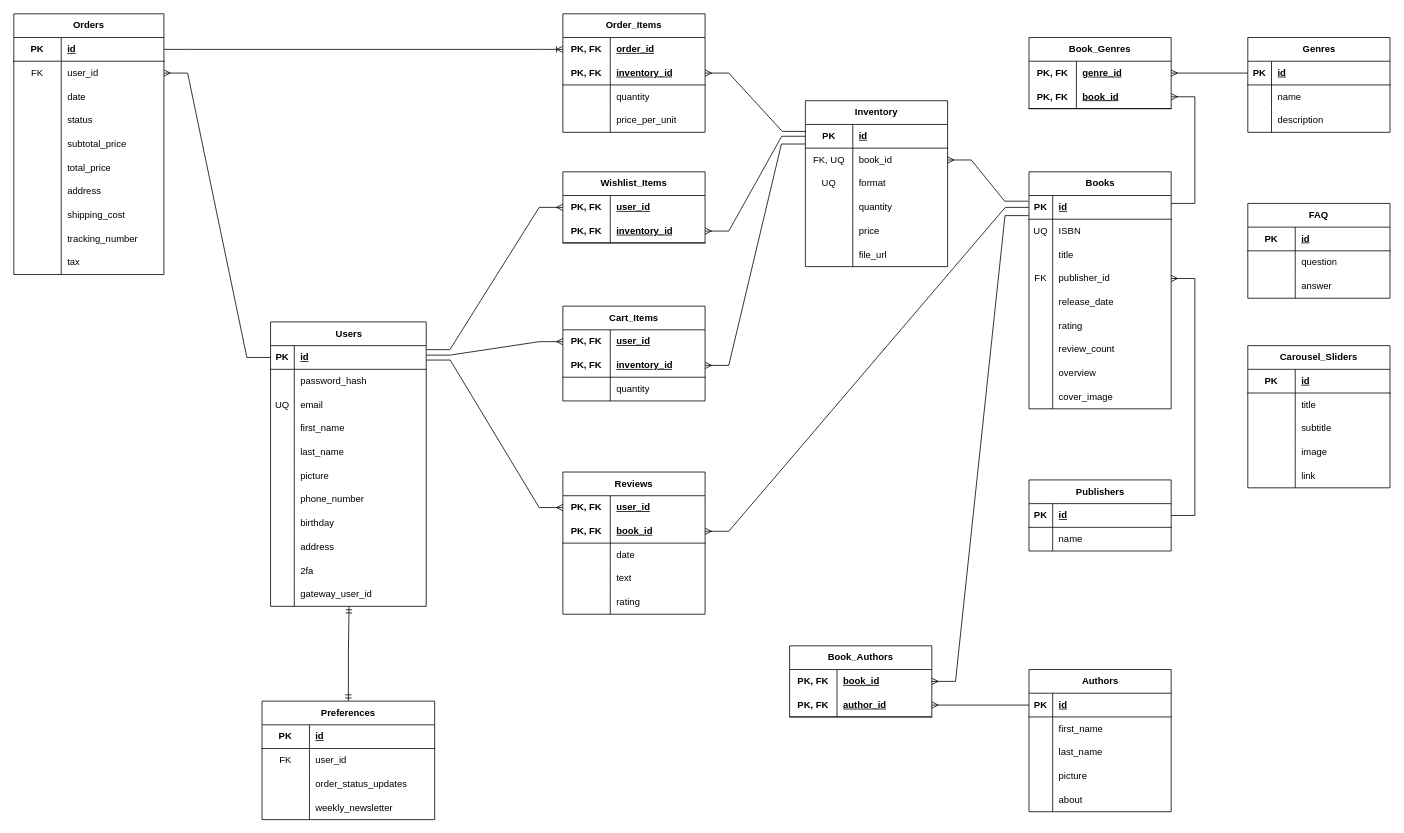
This is ERD.drawio from ShayTam/Bookstore, a draw.io file, before an edit. Source tidied: cells renumbered, new cells numbered last; positions are measured from the earlier drawing's top-left corner, leaving out a move shared by most shapes. Both pictures are drawn from the tidied source at 79%, with x=0, y=0 at pixel (13, 13).
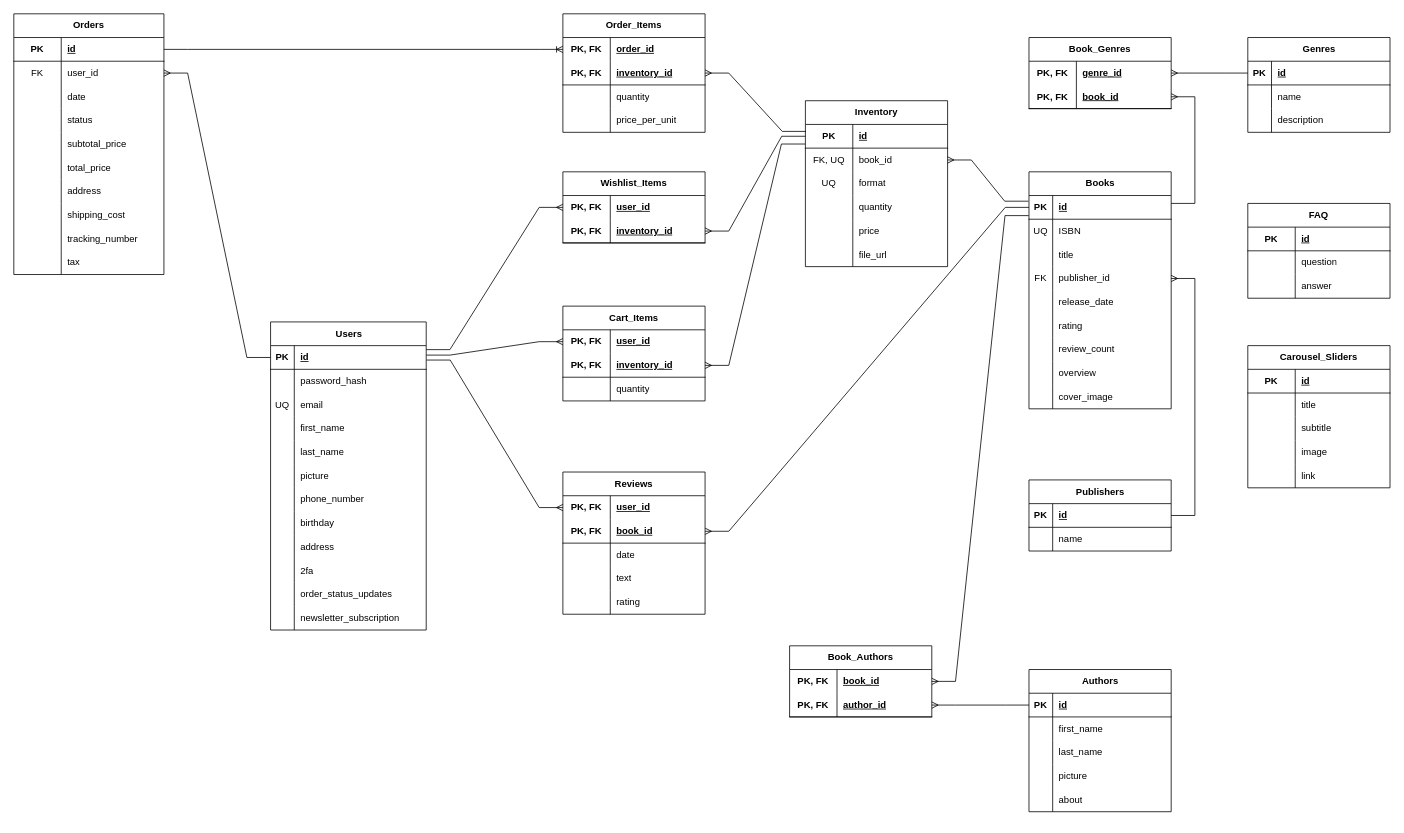
The same diagram, later.

Commit message:
Deleted Preferences table

The change refers to these unchanged cells:
```xml
<mxCell id="33" style="shape=tableRow;horizontal=0;startSize=0;swimlaneHead=0;swimlaneBody=0;fillColor=none;points=[[0,0.5],[1,0.5]];portConstraint=eastwest;top=0;left=0;right=0;bottom=0;" parent="2" vertex="1">
  <mxGeometry y="330" width="197" height="30" as="geometry" />
</mxCell>
```

Change to the diagram source:
```diff
@@
     <mxCell id="2" value="Users" style="shape=table;startSize=30;childLayout=tableLayout;rowLines=0;fontStyle=1;align=center;html=1;" parent="1" vertex="1">
-      <mxGeometry x="325" y="390" width="197" height="360" as="geometry" />
+      <mxGeometry x="325" y="390" width="197" height="390" as="geometry" />
     </mxCell>
@@
-    <mxCell id="34" style="shape=partialRectangle;fillColor=none;top=0;left=0;bottom=0;right=0;overflow=hidden;whiteSpace=wrap;html=1;" parent="33" vertex="1">
-      <mxGeometry width="30" height="30" as="geometry" />
-    </mxCell>
-    <mxCell id="35" value="gateway_user_id" style="shape=partialRectangle;fillColor=none;top=0;left=0;bottom=0;right=0;align=left;spacingLeft=6;overflow=hidden;whiteSpace=wrap;html=1;" parent="33" vertex="1">
-      <mxGeometry x="30" width="167" height="30" as="geometry" />
-    </mxCell>
+    <mxCell id="262" style="shape=partialRectangle;fillColor=none;top=0;left=0;bottom=0;right=0;overflow=hidden;whiteSpace=wrap;html=1;" parent="33" vertex="1">
+      <mxGeometry width="30" height="30" as="geometry" />
+    </mxCell>
+    <mxCell id="258" value="order_status_updates" style="shape=partialRectangle;fillColor=none;top=0;left=0;bottom=0;right=0;align=left;spacingLeft=6;overflow=hidden;whiteSpace=wrap;html=1;" parent="33" vertex="1">
+      <mxGeometry x="30" width="167" height="30" as="geometry" />
+    </mxCell>
+    <mxCell id="263" style="shape=tableRow;horizontal=0;startSize=0;swimlaneHead=0;swimlaneBody=0;fillColor=none;top=0;left=0;right=0;bottom=0;" parent="2" vertex="1">
+      <mxGeometry y="360" width="197" height="30" as="geometry" />
+    </mxCell>
+    <mxCell id="264" style="shape=partialRectangle;fillColor=none;top=0;left=0;bottom=0;right=0;overflow=hidden;whiteSpace=wrap;html=1;" parent="263" vertex="1">
+      <mxGeometry width="30" height="30" as="geometry" />
+    </mxCell>
+    <mxCell id="265" value="newsletter_subscription" style="shape=partialRectangle;fillColor=none;top=0;left=0;bottom=0;right=0;align=left;spacingLeft=6;overflow=hidden;whiteSpace=wrap;html=1;" parent="263" vertex="1">
+      <mxGeometry x="30" width="167" height="30" as="geometry" />
+    </mxCell>
@@
-    <mxCell id="248" style="edgeStyle=orthogonalEdgeStyle;rounded=0;jettySize=auto;html=1;entryX=0.504;entryY=1.013;entryDx=0;entryDy=0;entryPerimeter=0;endArrow=ERmandOne;endFill=0;startArrow=ERmandOne;startFill=0;" parent="1" edge="1" source="249" target="33">
-      <mxGeometry relative="1" as="geometry" />
-    </mxCell>
-    <mxCell id="249" value="Preferences" style="shape=table;startSize=30;childLayout=tableLayout;rowLines=0;fontStyle=1;align=center;html=1;whiteSpace=wrap;" parent="1" vertex="1">
-      <mxGeometry x="314.2" y="870" width="218.5" height="150" as="geometry" />
-    </mxCell>
-    <mxCell id="250" style="shape=tableRow;horizontal=0;startSize=0;swimlaneHead=0;swimlaneBody=0;fillColor=none;top=0;left=0;right=0;bottom=1;html=1;" parent="249" vertex="1">
-      <mxGeometry y="30" width="218.5" height="30" as="geometry" />
-    </mxCell>
-    <mxCell id="251" value="&lt;span style=&quot;font-weight: 700;&quot;&gt;PK&lt;/span&gt;" style="shape=partialRectangle;fillColor=none;top=0;left=0;bottom=0;right=0;fontStyle=0;overflow=hidden;html=1;whiteSpace=wrap;" parent="250" vertex="1">
-      <mxGeometry width="60" height="30" as="geometry" />
-    </mxCell>
-    <mxCell id="252" value="&lt;span style=&quot;font-weight: 700; text-decoration: underline;&quot;&gt;id&lt;/span&gt;" style="shape=partialRectangle;fillColor=none;top=0;left=0;bottom=0;right=0;align=left;spacingLeft=6;fontStyle=0;overflow=hidden;html=1;whiteSpace=wrap;" parent="250" vertex="1">
-      <mxGeometry x="60" width="158.5" height="30" as="geometry" />
-    </mxCell>
-    <mxCell id="253" style="shape=tableRow;horizontal=0;startSize=0;swimlaneHead=0;swimlaneBody=0;fillColor=none;top=0;left=0;right=0;bottom=0;html=1;" parent="249" vertex="1">
-      <mxGeometry y="60" width="218.5" height="30" as="geometry" />
-    </mxCell>
-    <mxCell id="254" value="FK" style="shape=partialRectangle;fillColor=none;top=0;left=0;bottom=0;right=0;overflow=hidden;html=1;whiteSpace=wrap;" parent="253" vertex="1">
-      <mxGeometry width="60" height="30" as="geometry" />
-    </mxCell>
-    <mxCell id="255" value="user_id" style="shape=partialRectangle;fillColor=none;top=0;left=0;bottom=0;right=0;align=left;spacingLeft=6;overflow=hidden;html=1;whiteSpace=wrap;" parent="253" vertex="1">
-      <mxGeometry x="60" width="158.5" height="30" as="geometry" />
-    </mxCell>
-    <mxCell id="256" style="shape=tableRow;horizontal=0;startSize=0;swimlaneHead=0;swimlaneBody=0;fillColor=none;top=0;left=0;right=0;bottom=0;html=1;" parent="249" vertex="1">
-      <mxGeometry y="90" width="218.5" height="30" as="geometry" />
-    </mxCell>
-    <mxCell id="257" style="shape=partialRectangle;fillColor=none;top=0;left=0;bottom=0;right=0;overflow=hidden;html=1;whiteSpace=wrap;" parent="256" vertex="1">
-      <mxGeometry width="60" height="30" as="geometry" />
-    </mxCell>
-    <mxCell id="258" value="order_status_updates" style="shape=partialRectangle;fillColor=none;top=0;left=0;bottom=0;right=0;align=left;spacingLeft=6;overflow=hidden;html=1;whiteSpace=wrap;" parent="256" vertex="1">
-      <mxGeometry x="60" width="158.5" height="30" as="geometry" />
-    </mxCell>
-    <mxCell id="259" style="shape=tableRow;horizontal=0;startSize=0;swimlaneHead=0;swimlaneBody=0;fillColor=none;top=0;left=0;right=0;bottom=0;html=1;" parent="249" vertex="1">
-      <mxGeometry y="120" width="218.5" height="30" as="geometry" />
-    </mxCell>
-    <mxCell id="260" style="shape=partialRectangle;fillColor=none;top=0;left=0;bottom=0;right=0;overflow=hidden;html=1;whiteSpace=wrap;" parent="259" vertex="1">
-      <mxGeometry width="60" height="30" as="geometry" />
-    </mxCell>
-    <mxCell id="261" value="weekly_newsletter" style="shape=partialRectangle;fillColor=none;top=0;left=0;bottom=0;right=0;align=left;spacingLeft=6;overflow=hidden;html=1;whiteSpace=wrap;" parent="259" vertex="1">
-      <mxGeometry x="60" width="158.5" height="30" as="geometry" />
-    </mxCell>
```
